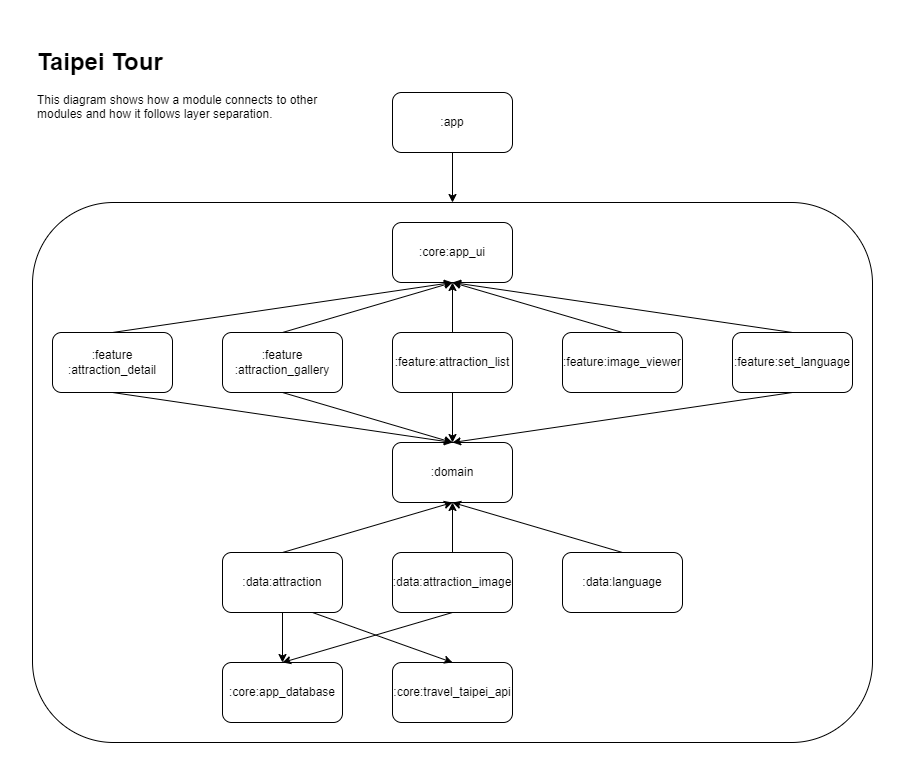
Deathhit/TaipeiTour keeps this draw.io diagram as docs/diagrams/Taipei Tour Dependency Graph.png. Above is the earlier version. Source tidied: cells renumbered, new cells last; positions are measured from the earlier drawing's top-left corner, leaving out a move shared by most shapes.
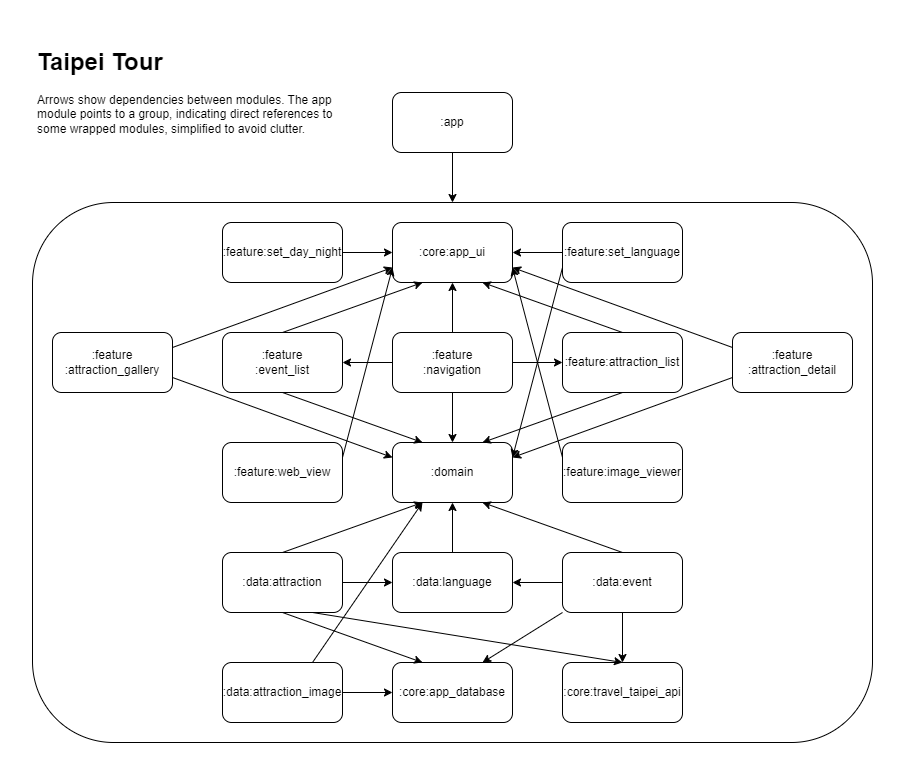
The same diagram one commit later.

Commit message:
Update the dependency graph.

The edit, as a diff of the source:
```diff
@@ -5,7 +5,7 @@
     <mxCell id="2" style="group;" parent="1" vertex="1">
       <mxGeometry width="840" height="700" as="geometry" />
     </mxCell>
-    <mxCell id="3" value="&lt;h1&gt;Taipei Tour&lt;/h1&gt;&lt;p&gt;This diagram shows how a module connects to other modules and how it follows layer separation.&lt;/p&gt;" style="text;html=1;strokeColor=none;fillColor=none;spacing=5;spacingTop=-20;whiteSpace=wrap;overflow=hidden;rounded=0;" parent="2" vertex="1">
+    <mxCell id="3" value="&lt;h1&gt;Taipei Tour&lt;/h1&gt;&lt;p&gt;Arrows show dependencies between modules. The app module points to a group, indicating direct references to some wrapped modules, simplified to avoid clutter.&lt;/p&gt;" style="text;html=1;strokeColor=none;fillColor=none;spacing=5;spacingTop=-20;whiteSpace=wrap;overflow=hidden;rounded=0;" parent="2" vertex="1">
       <mxGeometry width="320" height="120" as="geometry" />
     </mxCell>
     <mxCell id="4" value=":app" style="rounded=1;whiteSpace=wrap;html=1;" parent="2" vertex="1">
@@ -18,19 +18,19 @@
       <mxGeometry y="160" width="840" height="540" as="geometry" />
     </mxCell>
     <mxCell id="7" value=":feature&lt;br&gt;:attraction_detail" style="rounded=1;whiteSpace=wrap;html=1;" parent="2" vertex="1">
-      <mxGeometry x="20" y="290" width="120" height="60" as="geometry" />
+      <mxGeometry x="700" y="290" width="120" height="60" as="geometry" />
     </mxCell>
     <mxCell id="8" value=":feature&lt;br&gt;:attraction_gallery" style="rounded=1;whiteSpace=wrap;html=1;" parent="2" vertex="1">
-      <mxGeometry x="190" y="290" width="120" height="60" as="geometry" />
+      <mxGeometry x="20" y="290" width="120" height="60" as="geometry" />
     </mxCell>
     <mxCell id="9" value=":feature:attraction_list" style="rounded=1;whiteSpace=wrap;html=1;" parent="2" vertex="1">
-      <mxGeometry x="360" y="290" width="120" height="60" as="geometry" />
+      <mxGeometry x="530" y="290" width="120" height="60" as="geometry" />
     </mxCell>
     <mxCell id="10" value=":feature:set_language" style="rounded=1;whiteSpace=wrap;html=1;" parent="2" vertex="1">
-      <mxGeometry x="700" y="290" width="120" height="60" as="geometry" />
+      <mxGeometry x="530" y="180" width="120" height="60" as="geometry" />
     </mxCell>
     <mxCell id="11" value=":feature:image_viewer" style="rounded=1;whiteSpace=wrap;html=1;" parent="2" vertex="1">
-      <mxGeometry x="530" y="290" width="120" height="60" as="geometry" />
+      <mxGeometry x="530" y="400" width="120" height="60" as="geometry" />
     </mxCell>
     <mxCell id="12" value=":core:app_ui" style="rounded=1;whiteSpace=wrap;html=1;" parent="2" vertex="1">
       <mxGeometry x="360" y="180" width="120" height="60" as="geometry" />
@@ -38,37 +38,37 @@
     <mxCell id="13" value=":domain" style="rounded=1;whiteSpace=wrap;html=1;" parent="2" vertex="1">
       <mxGeometry x="360" y="400" width="120" height="60" as="geometry" />
     </mxCell>
-    <mxCell id="14" style="endArrow=classic;html=1;rounded=0;exitX=0.5;exitY=0;exitDx=0;exitDy=0;entryX=0.5;entryY=1;entryDx=0;entryDy=0;" parent="2" edge="1" source="8" target="12">
+    <mxCell id="14" style="endArrow=classic;html=1;rounded=0;exitX=1;exitY=0.25;exitDx=0;exitDy=0;entryX=0;entryY=0.75;entryDx=0;entryDy=0;" parent="2" edge="1" source="8" target="12">
       <mxGeometry relative="1" as="geometry" />
     </mxCell>
-    <mxCell id="15" style="endArrow=classic;html=1;rounded=0;entryX=0.5;entryY=1;entryDx=0;entryDy=0;exitX=0.5;exitY=0;exitDx=0;exitDy=0;" parent="2" edge="1" source="7" target="12">
+    <mxCell id="15" style="endArrow=classic;html=1;rounded=0;entryX=1;entryY=0.75;entryDx=0;entryDy=0;exitX=0;exitY=0.25;exitDx=0;exitDy=0;" parent="2" edge="1" source="7" target="12">
       <mxGeometry relative="1" as="geometry" />
     </mxCell>
-    <mxCell id="16" style="endArrow=classic;html=1;rounded=0;exitX=0.5;exitY=0;exitDx=0;exitDy=0;entryX=0.5;entryY=1;entryDx=0;entryDy=0;" parent="2" edge="1" source="11" target="12">
+    <mxCell id="16" style="endArrow=classic;html=1;rounded=0;exitX=0;exitY=0.25;exitDx=0;exitDy=0;entryX=1;entryY=0.75;entryDx=0;entryDy=0;" parent="2" edge="1" source="11" target="12">
       <mxGeometry relative="1" as="geometry" />
     </mxCell>
-    <mxCell id="17" style="endArrow=classic;html=1;rounded=0;exitX=0.5;exitY=0;exitDx=0;exitDy=0;entryX=0.5;entryY=1;entryDx=0;entryDy=0;" parent="2" edge="1" source="9" target="12">
+    <mxCell id="17" style="endArrow=classic;html=1;rounded=0;exitX=0.5;exitY=0;exitDx=0;exitDy=0;entryX=0.75;entryY=1;entryDx=0;entryDy=0;" parent="2" edge="1" source="9" target="12">
       <mxGeometry relative="1" as="geometry" />
     </mxCell>
-    <mxCell id="18" style="endArrow=classic;html=1;rounded=0;exitX=0.5;exitY=0;exitDx=0;exitDy=0;entryX=0.5;entryY=1;entryDx=0;entryDy=0;" parent="2" edge="1" source="10" target="12">
+    <mxCell id="18" style="endArrow=classic;html=1;rounded=0;exitX=0;exitY=0.5;exitDx=0;exitDy=0;entryX=1;entryY=0.5;entryDx=0;entryDy=0;" parent="2" edge="1" source="10" target="12">
       <mxGeometry relative="1" as="geometry" />
     </mxCell>
-    <mxCell id="19" style="endArrow=classic;html=1;rounded=0;exitX=0.5;exitY=1;exitDx=0;exitDy=0;entryX=0.5;entryY=0;entryDx=0;entryDy=0;" parent="2" edge="1" source="8" target="13">
+    <mxCell id="19" style="endArrow=classic;html=1;rounded=0;exitX=1;exitY=0.75;exitDx=0;exitDy=0;entryX=0;entryY=0.25;entryDx=0;entryDy=0;" parent="2" edge="1" source="8" target="13">
       <mxGeometry relative="1" as="geometry" />
     </mxCell>
-    <mxCell id="20" style="endArrow=classic;html=1;rounded=0;exitX=0.5;exitY=1;exitDx=0;exitDy=0;entryX=0.5;entryY=0;entryDx=0;entryDy=0;" parent="2" edge="1" source="9" target="13">
+    <mxCell id="20" style="endArrow=classic;html=1;rounded=0;exitX=0.5;exitY=1;exitDx=0;exitDy=0;entryX=0.75;entryY=0;entryDx=0;entryDy=0;" parent="2" edge="1" source="9" target="13">
       <mxGeometry relative="1" as="geometry" />
     </mxCell>
-    <mxCell id="21" style="endArrow=classic;html=1;rounded=0;exitX=0.5;exitY=1;exitDx=0;exitDy=0;entryX=0.5;entryY=0;entryDx=0;entryDy=0;" parent="2" edge="1" source="7" target="13">
+    <mxCell id="21" style="endArrow=classic;html=1;rounded=0;exitX=0;exitY=0.75;exitDx=0;exitDy=0;entryX=1;entryY=0.25;entryDx=0;entryDy=0;" parent="2" edge="1" source="7" target="13">
       <mxGeometry relative="1" as="geometry" />
     </mxCell>
-    <mxCell id="22" style="endArrow=classic;html=1;rounded=0;exitX=0.5;exitY=1;exitDx=0;exitDy=0;entryX=0.5;entryY=0;entryDx=0;entryDy=0;" parent="2" edge="1" source="10" target="13">
+    <mxCell id="22" style="endArrow=classic;html=1;rounded=0;exitX=0;exitY=0.75;exitDx=0;exitDy=0;entryX=1;entryY=0.25;entryDx=0;entryDy=0;" parent="2" edge="1" source="10" target="13">
       <mxGeometry relative="1" as="geometry" />
     </mxCell>
-    <mxCell id="23" style="endArrow=classic;html=1;rounded=0;exitX=0.5;exitY=0;exitDx=0;exitDy=0;entryX=0.5;entryY=1;entryDx=0;entryDy=0;" parent="2" edge="1" source="26" target="13">
+    <mxCell id="23" style="endArrow=classic;html=1;rounded=0;exitX=0.5;exitY=0;exitDx=0;exitDy=0;entryX=0.25;entryY=1;entryDx=0;entryDy=0;" parent="2" edge="1" source="26" target="13">
       <mxGeometry relative="1" as="geometry" />
     </mxCell>
-    <mxCell id="24" style="endArrow=classic;html=1;rounded=0;exitX=0.5;exitY=0;exitDx=0;exitDy=0;entryX=0.5;entryY=1;entryDx=0;entryDy=0;" parent="2" edge="1" source="27" target="13">
+    <mxCell id="24" style="endArrow=classic;html=1;rounded=0;exitX=0.75;exitY=0;exitDx=0;exitDy=0;entryX=0.25;entryY=1;entryDx=0;entryDy=0;" parent="2" edge="1" source="27" target="13">
       <mxGeometry relative="1" as="geometry" />
     </mxCell>
     <mxCell id="25" style="endArrow=classic;html=1;rounded=0;exitX=0.5;exitY=0;exitDx=0;exitDy=0;entryX=0.5;entryY=1;entryDx=0;entryDy=0;" parent="2" edge="1" source="28" target="13">
@@ -78,25 +78,79 @@
       <mxGeometry x="190" y="510" width="120" height="60" as="geometry" />
     </mxCell>
     <mxCell id="27" value=":data:attraction_image" style="rounded=1;whiteSpace=wrap;html=1;" parent="2" vertex="1">
-      <mxGeometry x="360" y="510" width="120" height="60" as="geometry" />
+      <mxGeometry x="190" y="620" width="120" height="60" as="geometry" />
     </mxCell>
     <mxCell id="28" value=":data:language" style="rounded=1;whiteSpace=wrap;html=1;" parent="2" vertex="1">
-      <mxGeometry x="530" y="510" width="120" height="60" as="geometry" />
+      <mxGeometry x="360" y="510" width="120" height="60" as="geometry" />
     </mxCell>
     <mxCell id="29" value=":core:app_database" style="rounded=1;whiteSpace=wrap;html=1;" parent="2" vertex="1">
-      <mxGeometry x="190" y="620" width="120" height="60" as="geometry" />
+      <mxGeometry x="360" y="620" width="120" height="60" as="geometry" />
     </mxCell>
     <mxCell id="30" value=":core:travel_taipei_api" style="rounded=1;whiteSpace=wrap;html=1;" parent="2" vertex="1">
-      <mxGeometry x="360" y="620" width="120" height="60" as="geometry" />
+      <mxGeometry x="530" y="620" width="120" height="60" as="geometry" />
     </mxCell>
-    <mxCell id="31" style="endArrow=classic;html=1;rounded=0;entryX=0.5;entryY=0;entryDx=0;entryDy=0;exitX=0.5;exitY=1;exitDx=0;exitDy=0;" parent="2" edge="1" source="26" target="29">
+    <mxCell id="31" style="endArrow=classic;html=1;rounded=0;entryX=0.25;entryY=0;entryDx=0;entryDy=0;exitX=0.5;exitY=1;exitDx=0;exitDy=0;" parent="2" edge="1" source="26" target="29">
       <mxGeometry relative="1" as="geometry" />
     </mxCell>
-    <mxCell id="32" style="endArrow=classic;html=1;rounded=0;entryX=0.5;entryY=0;entryDx=0;entryDy=0;exitX=0.5;exitY=1;exitDx=0;exitDy=0;" parent="2" edge="1" source="27" target="29">
+    <mxCell id="32" style="endArrow=classic;html=1;rounded=0;entryX=0;entryY=0.5;entryDx=0;entryDy=0;exitX=1;exitY=0.5;exitDx=0;exitDy=0;" parent="2" edge="1" source="27" target="29">
       <mxGeometry relative="1" as="geometry" />
     </mxCell>
     <mxCell id="33" style="endArrow=classic;html=1;rounded=0;entryX=0.5;entryY=0;entryDx=0;entryDy=0;exitX=0.75;exitY=1;exitDx=0;exitDy=0;" parent="2" edge="1" source="26" target="30">
       <mxGeometry relative="1" as="geometry" />
     </mxCell>
+    <mxCell id="34" value=":feature&lt;br&gt;:event_list" style="rounded=1;whiteSpace=wrap;html=1;" parent="2" vertex="1">
+      <mxGeometry x="190" y="290" width="120" height="60" as="geometry" />
+    </mxCell>
+    <mxCell id="35" style="endArrow=classic;html=1;rounded=0;exitX=0.5;exitY=0;exitDx=0;exitDy=0;entryX=0.25;entryY=1;entryDx=0;entryDy=0;" parent="2" edge="1" source="34" target="12">
+      <mxGeometry relative="1" as="geometry" />
+    </mxCell>
+    <mxCell id="36" style="endArrow=classic;html=1;rounded=0;exitX=0.5;exitY=1;exitDx=0;exitDy=0;entryX=0.25;entryY=0;entryDx=0;entryDy=0;" parent="2" edge="1" source="34" target="13">
+      <mxGeometry relative="1" as="geometry" />
+    </mxCell>
+    <mxCell id="37" value=":feature&lt;br&gt;:navigation" style="rounded=1;whiteSpace=wrap;html=1;" parent="2" vertex="1">
+      <mxGeometry x="360" y="290" width="120" height="60" as="geometry" />
+    </mxCell>
+    <mxCell id="38" style="endArrow=classic;html=1;rounded=0;exitX=0.5;exitY=1;exitDx=0;exitDy=0;entryX=0.5;entryY=0;entryDx=0;entryDy=0;" parent="2" edge="1" source="37" target="13">
+      <mxGeometry relative="1" as="geometry" />
+    </mxCell>
+    <mxCell id="39" style="endArrow=classic;html=1;rounded=0;exitX=0.5;exitY=0;exitDx=0;exitDy=0;entryX=0.5;entryY=1;entryDx=0;entryDy=0;" parent="2" edge="1" source="37" target="12">
+      <mxGeometry relative="1" as="geometry" />
+    </mxCell>
+    <mxCell id="40" style="endArrow=classic;html=1;rounded=0;exitX=1;exitY=0.5;exitDx=0;exitDy=0;entryX=0;entryY=0.5;entryDx=0;entryDy=0;" parent="2" edge="1" source="26" target="28">
+      <mxGeometry relative="1" as="geometry" />
+    </mxCell>
+    <mxCell id="41" value=":data:event" style="rounded=1;whiteSpace=wrap;html=1;" parent="2" vertex="1">
+      <mxGeometry x="530" y="510" width="120" height="60" as="geometry" />
+    </mxCell>
+    <mxCell id="42" style="endArrow=classic;html=1;rounded=0;exitX=0;exitY=0.5;exitDx=0;exitDy=0;entryX=1;entryY=0.5;entryDx=0;entryDy=0;" parent="2" edge="1" source="41" target="28">
+      <mxGeometry relative="1" as="geometry" />
+    </mxCell>
+    <mxCell id="43" style="endArrow=classic;html=1;rounded=0;exitX=0;exitY=1;exitDx=0;exitDy=0;entryX=0.75;entryY=0;entryDx=0;entryDy=0;" parent="2" edge="1" source="41" target="29">
+      <mxGeometry relative="1" as="geometry" />
+    </mxCell>
+    <mxCell id="44" style="endArrow=classic;html=1;rounded=0;exitX=0.5;exitY=1;exitDx=0;exitDy=0;entryX=0.5;entryY=0;entryDx=0;entryDy=0;" parent="2" edge="1" source="41" target="30">
+      <mxGeometry relative="1" as="geometry" />
+    </mxCell>
+    <mxCell id="45" style="endArrow=classic;html=1;rounded=0;exitX=0.5;exitY=0;exitDx=0;exitDy=0;entryX=0.75;entryY=1;entryDx=0;entryDy=0;" parent="2" edge="1" source="41" target="13">
+      <mxGeometry relative="1" as="geometry" />
+    </mxCell>
+    <mxCell id="46" style="endArrow=classic;html=1;rounded=0;exitX=0;exitY=0.5;exitDx=0;exitDy=0;entryX=1;entryY=0.5;entryDx=0;entryDy=0;" parent="2" edge="1" source="37" target="34">
+      <mxGeometry relative="1" as="geometry" />
+    </mxCell>
+    <mxCell id="47" style="endArrow=classic;html=1;rounded=0;exitX=1;exitY=0.5;exitDx=0;exitDy=0;entryX=0;entryY=0.5;entryDx=0;entryDy=0;" parent="2" edge="1" source="37" target="9">
+      <mxGeometry relative="1" as="geometry" />
+    </mxCell>
+    <mxCell id="48" value=":feature:set_day_night" style="rounded=1;whiteSpace=wrap;html=1;" parent="2" vertex="1">
+      <mxGeometry x="190" y="180" width="120" height="60" as="geometry" />
+    </mxCell>
+    <mxCell id="49" style="endArrow=classic;html=1;rounded=0;exitX=1;exitY=0.5;exitDx=0;exitDy=0;entryX=0;entryY=0.5;entryDx=0;entryDy=0;" parent="2" edge="1" source="48" target="12">
+      <mxGeometry relative="1" as="geometry" />
+    </mxCell>
+    <mxCell id="50" value=":feature:web_view" style="rounded=1;whiteSpace=wrap;html=1;" parent="2" vertex="1">
+      <mxGeometry x="190" y="400" width="120" height="60" as="geometry" />
+    </mxCell>
+    <mxCell id="51" style="endArrow=classic;html=1;rounded=0;exitX=1;exitY=0.25;exitDx=0;exitDy=0;entryX=0;entryY=0.75;entryDx=0;entryDy=0;" parent="2" edge="1" source="50" target="12">
+      <mxGeometry relative="1" as="geometry" />
+    </mxCell>
   </root>
 </mxGraphModel>
```
